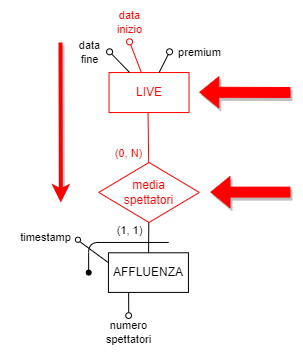
This is Progetto Esame - DBSperimentazioni A.A. 2023-2024/Immagini/ridondanze/2.3.1.2_schema_op_rid2a.png from Mattron2000/Basi_di_dati, a draw.io export, as it was before one commit. Source tidied: cells renumbered, new cells last; positions are measured from the earlier drawing's top-left corner, leaving out a move shared by most shapes. The source it was exported from:
```xml
<mxGraphModel background="#FFFFFF">
  <root>
    <mxCell id="0" />
    <mxCell id="1" parent="0" />
    <mxCell id="2" style="shape=flexArrow;endArrow=classic;html=1;shadow=1;strokeColor=#FF0000;fontColor=#FF0000;fillColor=#FF0000;" parent="1" edge="1">
      <mxGeometry relative="1" as="geometry">
        <mxPoint x="280" y="150.6" as="sourcePoint" />
        <mxPoint x="200" y="150.6" as="targetPoint" />
      </mxGeometry>
    </mxCell>
    <mxCell id="3" style="endArrow=oval;html=1;fillStyle=auto;strokeWidth=1;startSize=6;endSize=6;fillColor=#000000;startArrow=none;startFill=0;endFill=0;strokeColor=#FF0000;" parent="1" edge="1" source="5">
      <mxGeometry relative="1" as="geometry">
        <mxPoint x="119.1" y="0.3" as="targetPoint" />
      </mxGeometry>
    </mxCell>
    <mxCell id="4" value="&lt;font color=&quot;#ff0000&quot;&gt;data&lt;br&gt;inizio&lt;/font&gt;" style="edgeLabel;html=1;align=center;verticalAlign=middle;" parent="3" vertex="1">
      <mxGeometry x="0.48" y="1" relative="1" as="geometry">
        <mxPoint x="-3" y="-28" as="offset" />
      </mxGeometry>
    </mxCell>
    <mxCell id="5" value="&lt;font color=&quot;#ff0000&quot;&gt;LIVE&lt;/font&gt;" style="whiteSpace=wrap;html=1;strokeColor=#FF0000;" parent="1" vertex="1">
      <mxGeometry x="98.5" y="31.1" width="80" height="40" as="geometry" />
    </mxCell>
    <mxCell id="6" style="edgeStyle=none;shape=connector;rounded=1;fillStyle=auto;html=1;labelBackgroundColor=default;strokeColor=default;strokeWidth=1;fontFamily=Helvetica;fontSize=11;fontColor=default;endArrow=none;endFill=0;startSize=6;endSize=6;fillColor=#000000;startArrow=oval;startFill=0;" parent="1" edge="1" target="5">
      <mxGeometry relative="1" as="geometry">
        <mxPoint x="159.1" y="10.3" as="sourcePoint" />
      </mxGeometry>
    </mxCell>
    <mxCell id="7" value="premium" style="edgeLabel;html=1;align=center;verticalAlign=middle;fontSize=11;fontFamily=Helvetica;fontColor=default;" parent="6" vertex="1">
      <mxGeometry x="-0.26" y="1" relative="1" as="geometry">
        <mxPoint x="33" y="-8" as="offset" />
      </mxGeometry>
    </mxCell>
    <mxCell id="8" style="endArrow=oval;html=1;fillStyle=auto;strokeWidth=1;startSize=6;endSize=6;fillColor=#000000;startArrow=none;startFill=0;endFill=0;" parent="1" edge="1" source="5">
      <mxGeometry relative="1" as="geometry">
        <mxPoint x="99.1" y="10.3" as="targetPoint" />
      </mxGeometry>
    </mxCell>
    <mxCell id="9" value="data&lt;br&gt;fine" style="edgeLabel;html=1;align=center;verticalAlign=middle;" parent="8" vertex="1">
      <mxGeometry x="0.48" y="1" relative="1" as="geometry">
        <mxPoint x="-25" y="-6" as="offset" />
      </mxGeometry>
    </mxCell>
    <mxCell id="10" value="&lt;font color=&quot;#ff0000&quot;&gt;(0, N)&lt;/font&gt;" style="edgeStyle=none;html=1;endArrow=none;endFill=0;exitX=0.5;exitY=1;exitDx=0;exitDy=0;strokeColor=#FF0000;" parent="1" edge="1" target="13">
      <mxGeometry x="0.66" y="-20" relative="1" as="geometry">
        <mxPoint x="137.5" y="71.1" as="sourcePoint" />
      </mxGeometry>
    </mxCell>
    <mxCell id="11" value="AFFLUENZA" style="whiteSpace=wrap;html=1;strokeColor=#000000;" parent="1" vertex="1">
      <mxGeometry x="97.9" y="211.3" width="80" height="39.6" as="geometry" />
    </mxCell>
    <mxCell id="12" value="(1, 1)" style="edgeStyle=none;html=1;endArrow=none;endFill=0;strokeColor=#000000;" parent="1" edge="1" source="13" target="11">
      <mxGeometry x="-0.45" y="-19" relative="1" as="geometry" />
    </mxCell>
    <mxCell id="13" value="&lt;font color=&quot;#ff0000&quot;&gt;media&lt;br&gt;spettatori&lt;/font&gt;" style="rhombus;whiteSpace=wrap;html=1;strokeColor=#FF0000;" parent="1" vertex="1">
      <mxGeometry x="88.2" y="121" width="100.6" height="60" as="geometry" />
    </mxCell>
    <mxCell id="14" style="endArrow=none;html=1;strokeColor=#000000;fontSize=11;fontColor=#FF0000;exitX=0;exitY=0.25;exitDx=0;exitDy=0;entryX=1;entryY=1;entryDx=0;entryDy=0;" parent="1" edge="1" source="11" target="15">
      <mxGeometry relative="1" as="geometry" />
    </mxCell>
    <mxCell id="15" style="ellipse;whiteSpace=wrap;html=1;strokeColor=#000000;fontSize=11;fontColor=#FF0000;" parent="1" vertex="1">
      <mxGeometry x="64.9" y="195.7" width="5.1" height="5.1" as="geometry" />
    </mxCell>
    <mxCell id="16" style="endArrow=none;html=1;strokeColor=#000000;fontSize=11;fontColor=#FF0000;exitX=0.5;exitY=-0.006;exitDx=0;exitDy=0;exitPerimeter=0;" parent="1" edge="1" source="18">
      <mxGeometry relative="1" as="geometry">
        <mxPoint x="118.1" y="251" as="targetPoint" />
      </mxGeometry>
    </mxCell>
    <mxCell id="17" style="ellipse;whiteSpace=wrap;html=1;strokeColor=#000000;fontSize=11;fontColor=#FF0000;" parent="1" vertex="1">
      <mxGeometry x="115.3" y="271.2" width="5.7" height="5.7" as="geometry" />
    </mxCell>
    <mxCell id="18" value="&lt;font color=&quot;#000000&quot; style=&quot;font-size: 11px;&quot;&gt;numero &lt;br&gt;spettatori&lt;/font&gt;" style="text;html=1;align=center;verticalAlign=middle;points=[];strokeColor=none;fillColor=none;fontSize=11;fontColor=#FF0000;" parent="1" vertex="1">
      <mxGeometry x="83.2" y="271.2" width="70" height="40" as="geometry" />
    </mxCell>
    <mxCell id="19" value="&lt;font style=&quot;font-size: 11px;&quot; color=&quot;#000000&quot;&gt;timestamp&lt;/font&gt;" style="text;html=1;align=center;verticalAlign=middle;strokeColor=none;fillColor=none;fontSize=10;fontColor=#FF0000;" parent="1" vertex="1">
      <mxGeometry y="181.3" width="70" height="30" as="geometry" />
    </mxCell>
    <mxCell id="20" style="endArrow=none;html=1;strokeColor=#000000;fontSize=10;fontColor=#FF0000;" parent="1" edge="1">
      <mxGeometry relative="1" as="geometry">
        <mxPoint x="78.1" y="231" as="sourcePoint" />
        <mxPoint x="158.1" y="201" as="targetPoint" />
        <Array as="points">
          <mxPoint x="78.1" y="201" />
        </Array>
      </mxGeometry>
    </mxCell>
    <mxCell id="21" style="shape=waypoint;fillStyle=solid;size=6;fillColor=none;perimeter=centerPerimeter;strokeColor=#000000;fontSize=10;fontColor=#FF0000;" parent="1" vertex="1">
      <mxGeometry x="68.2" y="221.1" width="20" height="20" as="geometry" />
    </mxCell>
    <mxCell id="22" style="shape=flexArrow;endArrow=classic;html=1;shadow=1;strokeColor=#FF0000;fontColor=#FF0000;fillColor=#FF0000;" parent="1" edge="1">
      <mxGeometry relative="1" as="geometry">
        <mxPoint x="280" y="51" as="sourcePoint" />
        <mxPoint x="188.8" y="50.7" as="targetPoint" />
      </mxGeometry>
    </mxCell>
    <mxCell id="23" style="endArrow=classic;html=1;shadow=1;strokeColor=#FF0000;fontColor=#FF0000;fillColor=#FF0000;strokeWidth=4;" parent="1" edge="1">
      <mxGeometry relative="1" as="geometry">
        <mxPoint x="50" y="1" as="sourcePoint" />
        <mxPoint x="50.3" y="161" as="targetPoint" />
      </mxGeometry>
    </mxCell>
  </root>
</mxGraphModel>
```
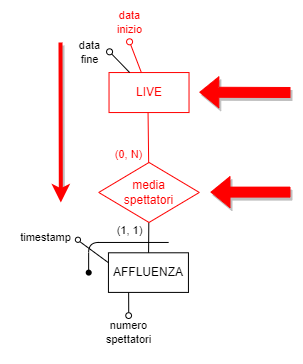
The same diagram one commit later.

Change to the diagram source:
```diff
@@ -21,16 +21,6 @@
     <mxCell id="5" value="&lt;font color=&quot;#ff0000&quot;&gt;LIVE&lt;/font&gt;" style="whiteSpace=wrap;html=1;strokeColor=#FF0000;" parent="1" vertex="1">
       <mxGeometry x="98.5" y="31.1" width="80" height="40" as="geometry" />
     </mxCell>
-    <mxCell id="6" style="edgeStyle=none;shape=connector;rounded=1;fillStyle=auto;html=1;labelBackgroundColor=default;strokeColor=default;strokeWidth=1;fontFamily=Helvetica;fontSize=11;fontColor=default;endArrow=none;endFill=0;startSize=6;endSize=6;fillColor=#000000;startArrow=oval;startFill=0;" parent="1" edge="1" target="5">
-      <mxGeometry relative="1" as="geometry">
-        <mxPoint x="159.1" y="10.3" as="sourcePoint" />
-      </mxGeometry>
-    </mxCell>
-    <mxCell id="7" value="premium" style="edgeLabel;html=1;align=center;verticalAlign=middle;fontSize=11;fontFamily=Helvetica;fontColor=default;" parent="6" vertex="1">
-      <mxGeometry x="-0.26" y="1" relative="1" as="geometry">
-        <mxPoint x="33" y="-8" as="offset" />
-      </mxGeometry>
-    </mxCell>
     <mxCell id="8" style="endArrow=oval;html=1;fillStyle=auto;strokeWidth=1;startSize=6;endSize=6;fillColor=#000000;startArrow=none;startFill=0;endFill=0;" parent="1" edge="1" source="5">
       <mxGeometry relative="1" as="geometry">
         <mxPoint x="99.1" y="10.3" as="targetPoint" />
```
